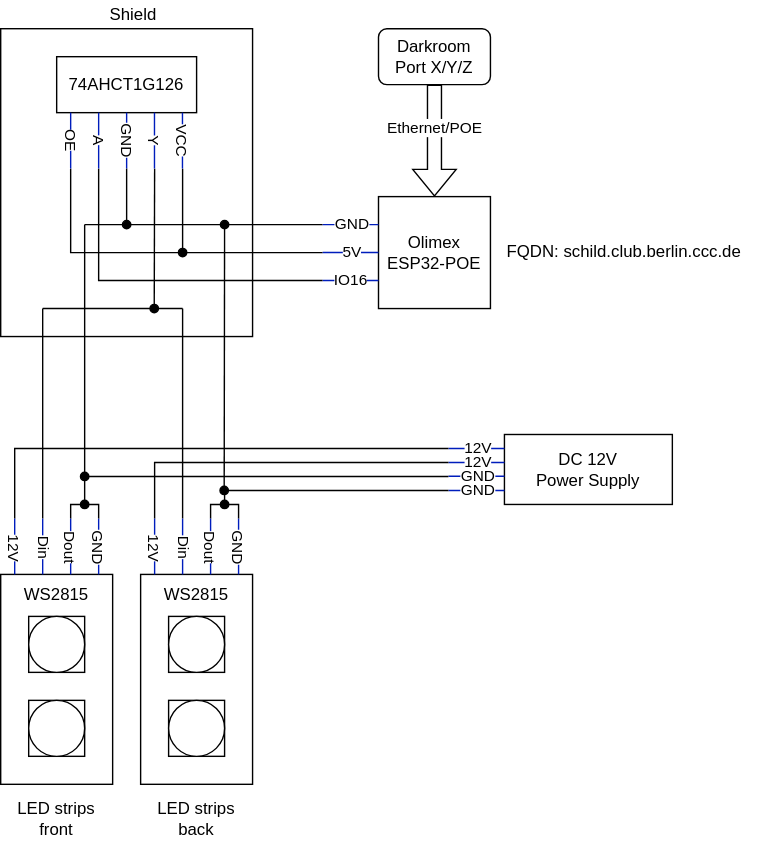
This is electronics.drawio.svg from cccb/cccb-schild, a draw.io export, as it was before one commit. Source tidied: cells renumbered, new cells last; positions are measured from the earlier drawing's top-left corner, leaving out a move shared by most shapes.
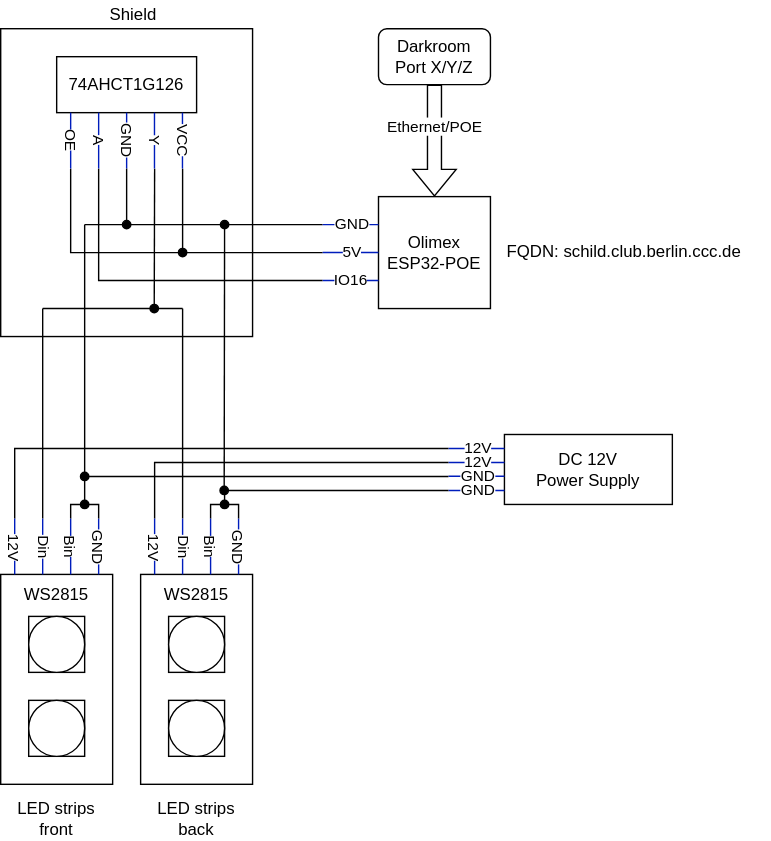
After the commit.

The edit, as a diff of the source:
```diff
@@ -82,7 +82,7 @@
         <mxPoint x="50" y="410" as="targetPoint" />
       </mxGeometry>
     </mxCell>
-    <mxCell id="21" value="Dout" style="edgeLabel;html=1;align=center;verticalAlign=middle;rotation=90;" parent="20" vertex="1">
+    <mxCell id="21" value="Bin" style="edgeLabel;html=1;align=center;verticalAlign=middle;rotation=90;" parent="20" vertex="1">
       <mxGeometry x="-0.41" y="-1" relative="1" as="geometry">
         <mxPoint x="1" y="8" as="offset" />
       </mxGeometry>
@@ -207,7 +207,7 @@
         <mxPoint x="150" y="410" as="targetPoint" />
       </mxGeometry>
     </mxCell>
-    <mxCell id="45" value="Dout" style="edgeLabel;html=1;align=center;verticalAlign=middle;rotation=90;" parent="44" vertex="1">
+    <mxCell id="45" value="Bin" style="edgeLabel;html=1;align=center;verticalAlign=middle;rotation=90;" parent="44" vertex="1">
       <mxGeometry x="-0.41" y="-1" relative="1" as="geometry">
         <mxPoint x="1" y="8" as="offset" />
       </mxGeometry>
```
